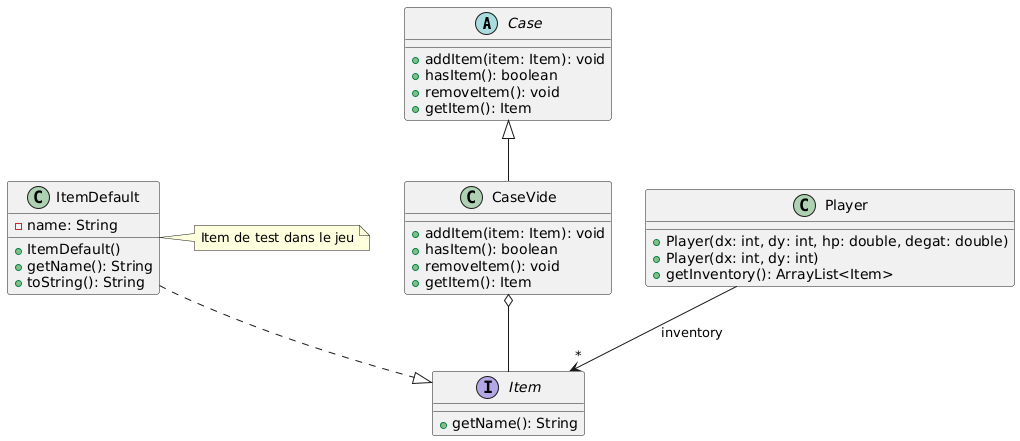
Above: zeldiablo/documents/iteration-2/diagrammes/item/diagramme-classes-item.png in zonetecde/BUT_S2_2025_Zeldiablo_e22359u_e82916u_e77582u_e85474u (PlantUML), before the change.
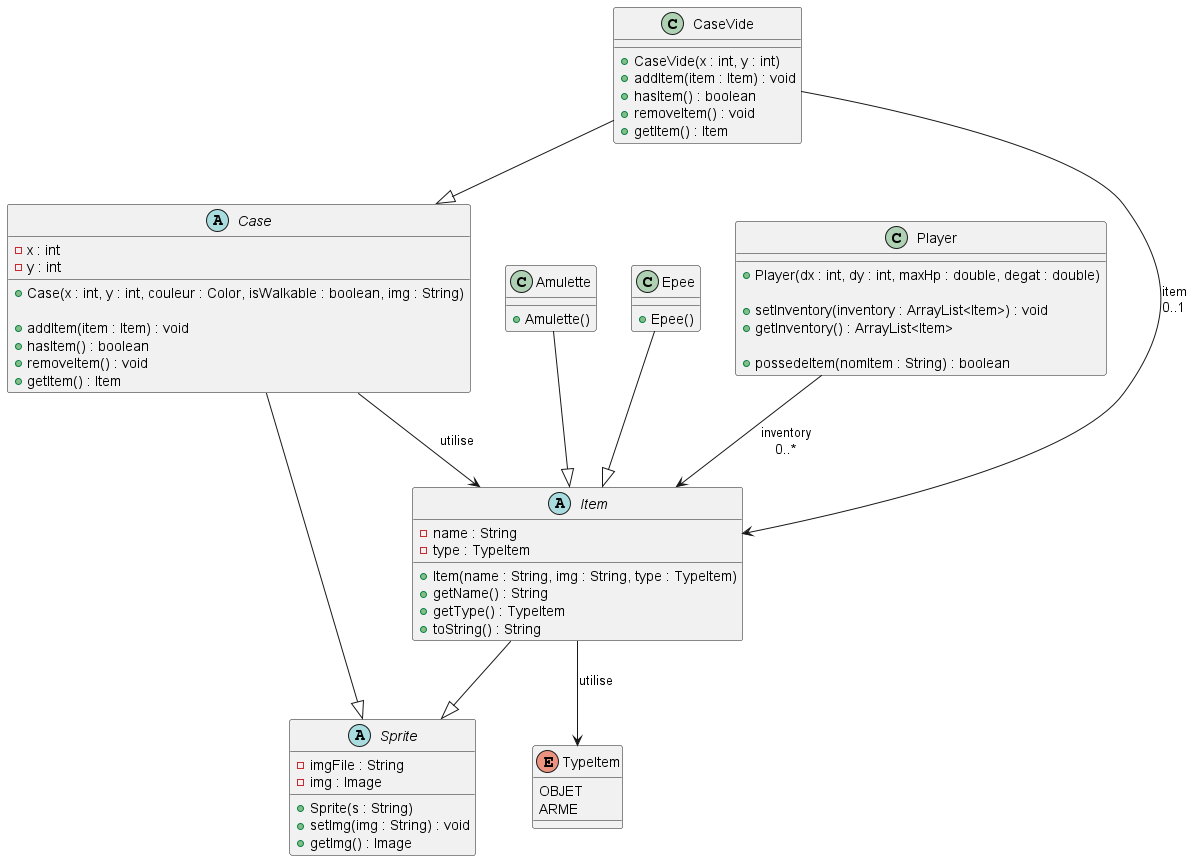
Later version of the same file.

Commit message:
maj du diagramme item

Change to the diagram source:
```diff
@@ -1,50 +1,76 @@
-@startuml
+@startuml diagramme-classes-item
+
+!define ABSTRACT class
+
+abstract class Sprite {
+  - imgFile : String
+  - img : Image
+  + Sprite(s : String)
+  + setImg(img : String) : void
+  + getImg() : Image
+}
+
+abstract class Item {
+  - name : String
+  - type : TypeItem
+  + Item(name : String, img : String, type : TypeItem)
+  + getName() : String
+  + getType() : TypeItem
+  + toString() : String
+}
+
 abstract class Case {
-  + addItem(item: Item): void
-  + hasItem(): boolean
-  + removeItem(): void
-  + getItem(): Item
+  - x : int
+  - y : int
+
+  + Case(x : int, y : int, couleur : Color, isWalkable : boolean, img : String)
+
+  + addItem(item : Item) : void
+  + hasItem() : boolean
+  + removeItem() : void
+  + getItem() : Item
+}
+
+enum TypeItem {
+  OBJET
+  ARME
+}
+
+class Amulette {
+  + Amulette()
+}
+
+class Epee {
+  + Epee()
 }
 
 class CaseVide {
-  + addItem(item: Item): void
-  + hasItem(): boolean
-  + removeItem(): void
-  + getItem(): Item
-}
-
-interface Item {
-  + getName(): String
-}
-
-class ItemDefault {
-  - name: String
-  + ItemDefault()
-  + getName(): String
-  + toString(): String
+  + CaseVide(x : int, y : int)
+  + addItem(item : Item) : void
+  + hasItem() : boolean
+  + removeItem() : void
+  + getItem() : Item
 }
 
 class Player {
-  + Player(dx: int, dy: int, hp: double, degat: double)
-  + Player(dx: int, dy: int)
-  + getInventory(): ArrayList<Item>
+  + Player(dx : int, dy : int, maxHp : double, degat : double)
+
+  + setInventory(inventory : ArrayList<Item>) : void
+  + getInventory() : ArrayList<Item>
+
+  + possedeItem(nomItem : String) : boolean
 }
 
-Case <|-- CaseVide
-CaseVide o-- Item
-ItemDefault ..|> Item
-Player --> "*" Item : inventory
+Item --|> Sprite
+Case --|> Sprite
+Amulette --|> Item
+Epee --|> Item
+CaseVide --|> Case
 
-note right of ItemDefault : Item de test dans le jeu
+Item --> TypeItem : utilise
+Case --> Item : utilise
 
-hide Case::x
-hide Case::y
-hide Case::couleur
-hide Case::isWalkable
-hide Player::x
-hide Player::y
-hide Player::hp
-hide Player::maxHp
-hide Player::degat
-hide Player::enVie
+Player --> Item : inventory\n0..*
+CaseVide --> Item : item\n0..1
+
 @enduml
```
